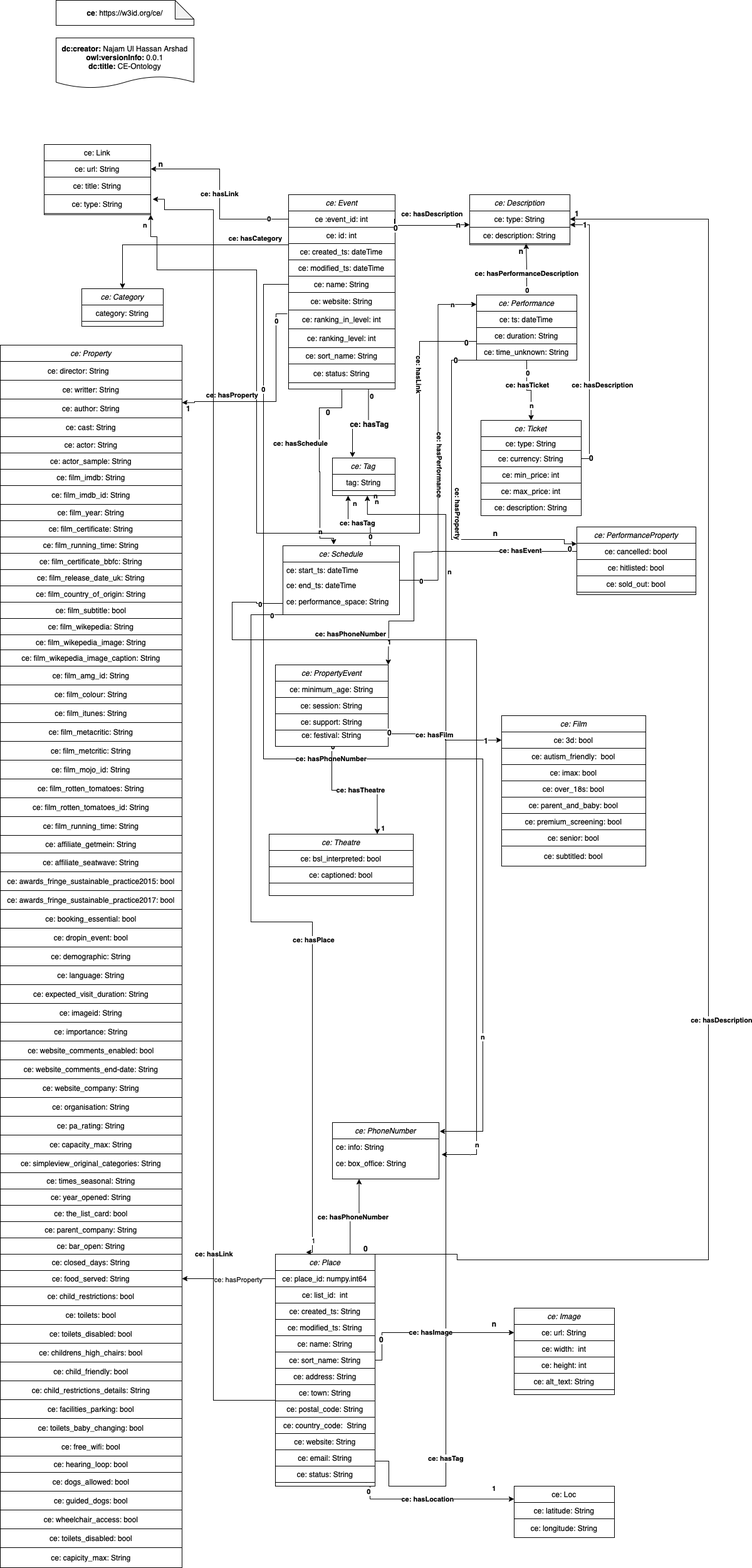
Above: dataModel.png in najmi050/CE-Ontology (draw.io), before the change. Source tidied: cells renumbered, new cells last; positions are measured from the earlier drawing's top-left corner, leaving out a move shared by most shapes.
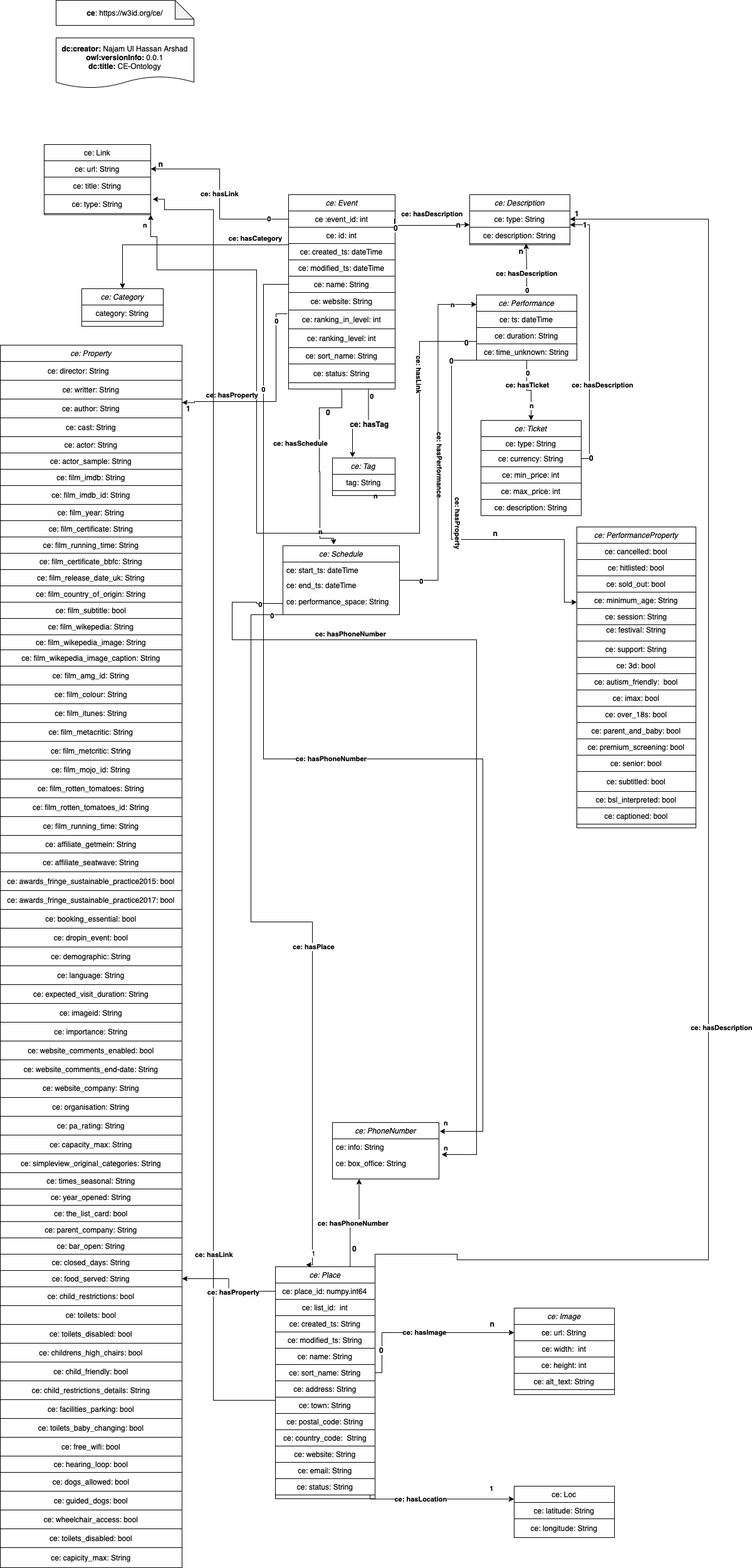
After the change.

Diff of the diagram source:
```diff
@@ -25,30 +25,2 @@
     </mxCell>
-    <mxCell id="6" value="&lt;b&gt;n&lt;br&gt;&lt;/b&gt;" style="edgeStyle=orthogonalEdgeStyle;rounded=0;jettySize=auto;html=1;exitX=1;exitY=0.5;exitDx=0;exitDy=0;entryX=0.75;entryY=1;entryDx=0;entryDy=0;" parent="1" edge="1" source="24">
-      <mxGeometry x="0.99" y="-15" relative="1" as="geometry">
-        <mxPoint x="585.8" y="790" as="targetPoint" />
-        <Array as="points">
-          <mxPoint x="598" y="2330" />
-          <mxPoint x="620" y="2330" />
-          <mxPoint x="620" y="2370" />
-          <mxPoint x="711" y="2370" />
-          <mxPoint x="711" y="820" />
-          <mxPoint x="586" y="820" />
-        </Array>
-      </mxGeometry>
-    </mxCell>
-    <mxCell id="7" value="0" style="edgeLabel;html=1;align=center;verticalAlign=middle;fontStyle=1;" parent="6" vertex="1">
-      <mxGeometry x="-0.92" y="3" relative="1" as="geometry">
-        <mxPoint x="-42" y="-7" as="offset" />
-      </mxGeometry>
-    </mxCell>
-    <mxCell id="8" value="&lt;b&gt;n&lt;/b&gt;" style="edgeLabel;html=1;align=center;verticalAlign=middle;" parent="6" vertex="1">
-      <mxGeometry x="0.75" relative="1" as="geometry">
-        <mxPoint x="5" y="18" as="offset" />
-      </mxGeometry>
-    </mxCell>
-    <mxCell id="9" value="&lt;b&gt;ce: hasTag&lt;/b&gt;" style="edgeLabel;html=1;align=center;verticalAlign=middle;" parent="6" vertex="1">
-      <mxGeometry x="-0.26" y="1" relative="1" as="geometry">
-        <mxPoint y="485" as="offset" />
-      </mxGeometry>
-    </mxCell>
     <mxCell id="10" style="edgeStyle=orthogonalEdgeStyle;rounded=0;jettySize=auto;html=1;exitX=0.75;exitY=0;exitDx=0;exitDy=0;entryX=0.25;entryY=1;entryDx=0;entryDy=0;" parent="1" edge="1" source="12" target="178">
@@ -60,3 +32,3 @@
     <mxCell id="12" value="ce: Place" style="swimlane;fontStyle=2;align=center;verticalAlign=top;horizontal=1;startSize=26;rounded=0;shadow=0;strokeWidth=1;" parent="1" vertex="1">
-      <mxGeometry x="439" y="2000" width="159" height="370" as="geometry" />
+      <mxGeometry x="439" y="2020" width="159" height="370" as="geometry" />
     </mxCell>
@@ -271,20 +243,2 @@
     </mxCell>
-    <mxCell id="69" style="edgeStyle=orthogonalEdgeStyle;rounded=0;jettySize=auto;html=1;exitX=0.75;exitY=0;exitDx=0;exitDy=0;entryX=0.25;entryY=1;entryDx=0;entryDy=0;" parent="1" edge="1" source="73" target="226">
-      <mxGeometry relative="1" as="geometry" />
-    </mxCell>
-    <mxCell id="70" value="&lt;b&gt;ce: hasTag&lt;/b&gt;" style="edgeLabel;html=1;align=center;verticalAlign=middle;" parent="69" vertex="1">
-      <mxGeometry x="0.06" y="2" relative="1" as="geometry">
-        <mxPoint y="1" as="offset" />
-      </mxGeometry>
-    </mxCell>
-    <mxCell id="71" value="&lt;b&gt;0&lt;/b&gt;" style="edgeLabel;html=1;align=center;verticalAlign=middle;" parent="69" vertex="1">
-      <mxGeometry x="-0.74" y="1" relative="1" as="geometry">
-        <mxPoint x="1" as="offset" />
-      </mxGeometry>
-    </mxCell>
-    <mxCell id="72" value="&lt;b&gt;n&lt;/b&gt;" style="edgeLabel;html=1;align=center;verticalAlign=middle;" parent="69" vertex="1">
-      <mxGeometry x="0.76" y="-1" relative="1" as="geometry">
-        <mxPoint x="9" y="-1" as="offset" />
-      </mxGeometry>
-    </mxCell>
     <mxCell id="73" value="ce: Schedule" style="swimlane;fontStyle=2;align=center;verticalAlign=top;horizontal=1;startSize=26;rounded=0;shadow=0;strokeWidth=1;" parent="1" vertex="1">
@@ -347,3 +301,3 @@
     </mxCell>
-    <mxCell id="86" value="&lt;b&gt;ce: hasPerformanceDescription&lt;/b&gt;" style="edgeStyle=orthogonalEdgeStyle;rounded=0;jettySize=auto;html=1;exitX=0.5;exitY=0;exitDx=0;exitDy=0;entryX=0.563;entryY=1;entryDx=0;entryDy=0;entryPerimeter=0;" parent="1" edge="1" source="92" target="60">
+    <mxCell id="86" value="&lt;b&gt;ce: hasDescription&lt;/b&gt;" style="edgeStyle=orthogonalEdgeStyle;rounded=0;jettySize=auto;html=1;exitX=0.5;exitY=0;exitDx=0;exitDy=0;entryX=0.563;entryY=1;entryDx=0;entryDy=0;entryPerimeter=0;" parent="1" edge="1" source="92" target="60">
       <mxGeometry x="-0.19" relative="1" as="geometry" />
@@ -675,3 +629,5 @@
     <mxCell id="186" value="n" style="edgeLabel;html=1;align=center;verticalAlign=middle;fontStyle=1;" parent="184" vertex="1">
-      <mxGeometry x="0.76" y="-1" relative="1" as="geometry" />
+      <mxGeometry x="0.76" y="-1" relative="1" as="geometry">
+        <mxPoint x="-59" y="137" as="offset" />
+      </mxGeometry>
     </mxCell>
@@ -712,111 +668,2 @@
     </mxCell>
-    <mxCell id="193" style="edgeStyle=orthogonalEdgeStyle;rounded=0;jettySize=auto;html=1;exitX=0;exitY=0.5;exitDx=0;exitDy=0;entryX=1;entryY=0;entryDx=0;entryDy=0;" parent="1" edge="1" source="229" target="201">
-      <mxGeometry relative="1" as="geometry">
-        <Array as="points">
-          <mxPoint x="689" y="879" />
-          <mxPoint x="689" y="880" />
-          <mxPoint x="660" y="880" />
-          <mxPoint x="660" y="990" />
-          <mxPoint x="620" y="990" />
-        </Array>
-      </mxGeometry>
-    </mxCell>
-    <mxCell id="194" value="&lt;b&gt;ce: hasEvent&lt;/b&gt;" style="edgeLabel;html=1;align=center;verticalAlign=middle;" parent="193" vertex="1">
-      <mxGeometry x="-0.72" y="-2" relative="1" as="geometry">
-        <mxPoint x="-25" as="offset" />
-      </mxGeometry>
-    </mxCell>
-    <mxCell id="195" value="0" style="edgeLabel;html=1;align=center;verticalAlign=middle;fontStyle=1;fontSize=12;fillColor=default;strokeColor=default;rounded=0;shadow=0;startSize=26;strokeWidth=1;" parent="193" vertex="1">
-      <mxGeometry x="-0.91" relative="1" as="geometry">
-        <mxPoint x="10" y="-5" as="offset" />
-      </mxGeometry>
-    </mxCell>
-    <mxCell id="196" value="1" style="edgeLabel;html=1;align=center;verticalAlign=middle;fontStyle=1;" parent="193" vertex="1">
-      <mxGeometry x="0.85" y="1" relative="1" as="geometry" />
-    </mxCell>
-    <mxCell id="197" style="edgeStyle=orthogonalEdgeStyle;rounded=0;jettySize=auto;html=1;exitX=0.5;exitY=1;exitDx=0;exitDy=0;entryX=0.75;entryY=0;entryDx=0;entryDy=0;" parent="1" edge="1" source="201" target="219">
-      <mxGeometry relative="1" as="geometry" />
-    </mxCell>
-    <mxCell id="198" value="&lt;b&gt;ce: hasTheatre&lt;/b&gt;" style="edgeLabel;html=1;align=center;verticalAlign=middle;" parent="197" vertex="1">
-      <mxGeometry x="0.08" y="1" relative="1" as="geometry" />
-    </mxCell>
-    <mxCell id="199" value="0" style="edgeLabel;html=1;align=center;verticalAlign=middle;fontStyle=1;" parent="197" vertex="1">
-      <mxGeometry x="-0.6" y="1" relative="1" as="geometry">
-        <mxPoint y="-43" as="offset" />
-      </mxGeometry>
-    </mxCell>
-    <mxCell id="200" value="1" style="edgeLabel;html=1;align=center;verticalAlign=middle;fontStyle=1;" parent="197" vertex="1">
-      <mxGeometry x="0.49" y="1" relative="1" as="geometry">
-        <mxPoint x="8" y="45" as="offset" />
-      </mxGeometry>
-    </mxCell>
-    <mxCell id="201" value="ce: PropertyEvent" style="swimlane;fontStyle=2;align=center;verticalAlign=top;horizontal=1;startSize=26;rounded=0;shadow=0;strokeWidth=1;" parent="1" vertex="1">
-      <mxGeometry x="439" y="1060" width="180" height="130" as="geometry" />
-    </mxCell>
-    <mxCell id="202" value="ce: minimum_age: String" style="text;align=center;verticalAlign=middle;spacingLeft=4;spacingRight=4;overflow=hidden;fillColor=default;strokeColor=default;rounded=0;shadow=0;startSize=26;strokeWidth=1;" parent="201" vertex="1">
-      <mxGeometry y="26" width="180" height="26" as="geometry" />
-    </mxCell>
-    <mxCell id="203" value="ce: session: String" style="text;align=center;verticalAlign=middle;spacingLeft=4;spacingRight=4;overflow=hidden;fillColor=default;strokeColor=default;rounded=0;shadow=0;startSize=26;strokeWidth=1;" parent="201" vertex="1">
-      <mxGeometry y="52" width="180" height="26" as="geometry" />
-    </mxCell>
-    <mxCell id="204" value="ce: support: String" style="text;align=center;verticalAlign=middle;spacingLeft=4;spacingRight=4;overflow=hidden;points=[[0,0.5],[1,0.5]];portConstraint=eastwest;rounded=0;shadow=0;html=0;fillColor=default;strokeColor=default;startSize=26;strokeWidth=1;" parent="201" vertex="1">
-      <mxGeometry y="78" width="180" height="26" as="geometry" />
-    </mxCell>
-    <mxCell id="205" value="ce: festival: String&#10;" style="text;align=center;verticalAlign=middle;spacingLeft=4;spacingRight=4;overflow=hidden;rounded=0;shadow=0;html=0;fillColor=default;strokeColor=default;startSize=26;strokeWidth=1;" parent="201" vertex="1">
-      <mxGeometry y="104" width="180" height="26" as="geometry" />
-    </mxCell>
-    <mxCell id="206" value="ce: Film" style="swimlane;fontStyle=2;align=center;verticalAlign=top;horizontal=1;startSize=26;rounded=0;shadow=0;strokeWidth=1;" parent="1" vertex="1">
-      <mxGeometry x="800" y="1141" width="230" height="240" as="geometry" />
-    </mxCell>
-    <mxCell id="207" value="ce: 3d: bool" style="text;align=center;verticalAlign=middle;spacingLeft=4;spacingRight=4;overflow=hidden;points=[[0,0.5],[1,0.5]];portConstraint=eastwest;fillColor=default;strokeColor=default;rounded=0;shadow=0;startSize=26;strokeWidth=1;" parent="206" vertex="1">
-      <mxGeometry y="26" width="230" height="26" as="geometry" />
-    </mxCell>
-    <mxCell id="208" value="ce: autism_friendly:  bool" style="text;align=center;verticalAlign=middle;spacingLeft=4;spacingRight=4;overflow=hidden;fillColor=default;strokeColor=default;rounded=0;shadow=0;startSize=26;strokeWidth=1;" parent="206" vertex="1">
-      <mxGeometry y="52" width="230" height="26" as="geometry" />
-    </mxCell>
-    <mxCell id="209" value="ce: imax: bool" style="text;align=center;verticalAlign=middle;spacingLeft=4;spacingRight=4;overflow=hidden;fillColor=default;strokeColor=default;rounded=0;shadow=0;startSize=26;strokeWidth=1;" parent="206" vertex="1">
-      <mxGeometry y="78" width="230" height="26" as="geometry" />
-    </mxCell>
-    <mxCell id="210" value="ce: over_18s: bool" style="text;align=center;verticalAlign=middle;spacingLeft=4;spacingRight=4;overflow=hidden;fillColor=default;strokeColor=default;rounded=0;shadow=0;startSize=26;strokeWidth=1;" parent="206" vertex="1">
-      <mxGeometry y="104" width="230" height="26" as="geometry" />
-    </mxCell>
-    <mxCell id="211" value="ce: parent_and_baby: bool" style="text;align=center;verticalAlign=middle;spacingLeft=4;spacingRight=4;overflow=hidden;fillColor=default;strokeColor=default;rounded=0;shadow=0;startSize=26;strokeWidth=1;" parent="206" vertex="1">
-      <mxGeometry y="130" width="230" height="26" as="geometry" />
-    </mxCell>
-    <mxCell id="212" value="ce: premium_screening: bool" style="text;align=center;verticalAlign=middle;spacingLeft=4;spacingRight=4;overflow=hidden;fillColor=default;strokeColor=default;rounded=0;shadow=0;startSize=26;strokeWidth=1;" parent="206" vertex="1">
-      <mxGeometry y="156" width="230" height="26" as="geometry" />
-    </mxCell>
-    <mxCell id="213" value="ce: senior: bool" style="text;align=center;verticalAlign=middle;spacingLeft=4;spacingRight=4;overflow=hidden;fillColor=default;strokeColor=default;rounded=0;shadow=0;startSize=26;strokeWidth=1;" parent="206" vertex="1">
-      <mxGeometry y="182" width="230" height="26" as="geometry" />
-    </mxCell>
-    <mxCell id="214" value="ce: subtitled: bool" style="text;align=center;verticalAlign=middle;spacingLeft=4;spacingRight=4;overflow=hidden;fillColor=default;strokeColor=default;rounded=0;shadow=0;startSize=26;strokeWidth=1;" parent="206" vertex="1">
-      <mxGeometry y="208" width="230" height="32" as="geometry" />
-    </mxCell>
-    <mxCell id="215" style="edgeStyle=orthogonalEdgeStyle;rounded=0;jettySize=auto;html=1;exitX=1;exitY=0.5;exitDx=0;exitDy=0;entryX=0;entryY=0.5;entryDx=0;entryDy=0;" parent="1" edge="1" source="204" target="207">
-      <mxGeometry relative="1" as="geometry">
-        <Array as="points">
-          <mxPoint x="619" y="1170" />
-          <mxPoint x="710" y="1170" />
-          <mxPoint x="710" y="1180" />
-        </Array>
-      </mxGeometry>
-    </mxCell>
-    <mxCell id="216" value="&lt;b&gt;ce: hasFilm&lt;/b&gt;" style="edgeLabel;html=1;align=center;verticalAlign=middle;" parent="215" vertex="1">
-      <mxGeometry x="-0.12" y="-1" relative="1" as="geometry" />
-    </mxCell>
-    <mxCell id="217" value="0" style="edgeLabel;html=1;align=center;verticalAlign=middle;fontStyle=1;fontSize=12;fillColor=default;strokeColor=default;rounded=0;shadow=0;startSize=26;strokeWidth=1;" parent="215" vertex="1">
-      <mxGeometry x="-0.84" y="1" relative="1" as="geometry" />
-    </mxCell>
-    <mxCell id="218" value="1" style="edgeLabel;html=1;align=center;verticalAlign=middle;fontStyle=1;fontSize=12;fillColor=default;strokeColor=default;rounded=0;shadow=0;startSize=26;strokeWidth=1;" parent="215" vertex="1">
-      <mxGeometry x="0.75" relative="1" as="geometry" />
-    </mxCell>
-    <mxCell id="219" value="ce: Theatre" style="swimlane;fontStyle=2;align=center;verticalAlign=top;horizontal=1;startSize=26;rounded=0;shadow=0;strokeWidth=1;" parent="1" vertex="1">
-      <mxGeometry x="429" y="1330" width="230" height="98" as="geometry" />
-    </mxCell>
-    <mxCell id="220" value="ce: bsl_interpreted: bool" style="text;align=center;verticalAlign=middle;spacingLeft=4;spacingRight=4;overflow=hidden;fillColor=default;strokeColor=default;rounded=0;shadow=0;startSize=26;strokeWidth=1;" parent="219" vertex="1">
-      <mxGeometry y="26" width="230" height="26" as="geometry" />
-    </mxCell>
-    <mxCell id="221" value="ce: captioned: bool" style="text;align=center;verticalAlign=middle;spacingLeft=4;spacingRight=4;overflow=hidden;fillColor=default;strokeColor=default;rounded=0;shadow=0;startSize=26;strokeWidth=1;" parent="219" vertex="1">
-      <mxGeometry y="52" width="230" height="26" as="geometry" />
-    </mxCell>
     <mxCell id="222" style="edgeStyle=orthogonalEdgeStyle;rounded=0;jettySize=auto;html=1;entryX=1.024;entryY=-0.038;entryDx=0;entryDy=0;entryPerimeter=0;exitX=0;exitY=0.5;exitDx=0;exitDy=0;" parent="1" edge="1" source="76" target="180">
@@ -842,3 +689,5 @@
     <mxCell id="225" value="n" style="edgeLabel;html=1;align=center;verticalAlign=middle;fontStyle=1;" parent="222" vertex="1">
-      <mxGeometry x="0.9" relative="1" as="geometry" />
+      <mxGeometry x="0.9" relative="1" as="geometry">
+        <mxPoint x="-50" y="5" as="offset" />
+      </mxGeometry>
     </mxCell>
@@ -851,3 +700,3 @@
     <mxCell id="228" value="ce: PerformanceProperty" style="swimlane;fontStyle=2;align=center;verticalAlign=top;horizontal=1;startSize=26;rounded=0;shadow=0;strokeWidth=1;" parent="1" vertex="1">
-      <mxGeometry x="920" y="840" width="190" height="108" as="geometry" />
+      <mxGeometry x="920" y="840" width="190" height="480" as="geometry" />
     </mxCell>
@@ -862,2 +711,44 @@
     </mxCell>
+    <mxCell id="202" value="ce: minimum_age: String" style="text;align=center;verticalAlign=middle;spacingLeft=4;spacingRight=4;overflow=hidden;fillColor=default;strokeColor=default;rounded=0;shadow=0;startSize=26;strokeWidth=1;" parent="228" vertex="1">
+      <mxGeometry y="104" width="190" height="26" as="geometry" />
+    </mxCell>
+    <mxCell id="203" value="ce: session: String" style="text;align=center;verticalAlign=middle;spacingLeft=4;spacingRight=4;overflow=hidden;fillColor=default;strokeColor=default;rounded=0;shadow=0;startSize=26;strokeWidth=1;" parent="228" vertex="1">
+      <mxGeometry y="130" width="190" height="26" as="geometry" />
+    </mxCell>
+    <mxCell id="205" value="ce: festival: String&#10;" style="text;align=center;verticalAlign=middle;spacingLeft=4;spacingRight=4;overflow=hidden;rounded=0;shadow=0;html=0;fillColor=default;strokeColor=default;startSize=26;strokeWidth=1;" parent="228" vertex="1">
+      <mxGeometry y="156" width="190" height="26" as="geometry" />
+    </mxCell>
+    <mxCell id="204" value="ce: support: String" style="text;align=center;verticalAlign=middle;spacingLeft=4;spacingRight=4;overflow=hidden;points=[[0,0.5],[1,0.5]];portConstraint=eastwest;rounded=0;shadow=0;html=0;fillColor=default;strokeColor=default;startSize=26;strokeWidth=1;" parent="228" vertex="1">
+      <mxGeometry y="182" width="190" height="26" as="geometry" />
+    </mxCell>
+    <mxCell id="207" value="ce: 3d: bool" style="text;align=center;verticalAlign=middle;spacingLeft=4;spacingRight=4;overflow=hidden;points=[[0,0.5],[1,0.5]];portConstraint=eastwest;fillColor=default;strokeColor=default;rounded=0;shadow=0;startSize=26;strokeWidth=1;" parent="228" vertex="1">
+      <mxGeometry y="208" width="190" height="26" as="geometry" />
+    </mxCell>
+    <mxCell id="208" value="ce: autism_friendly:  bool" style="text;align=center;verticalAlign=middle;spacingLeft=4;spacingRight=4;overflow=hidden;fillColor=default;strokeColor=default;rounded=0;shadow=0;startSize=26;strokeWidth=1;" parent="228" vertex="1">
+      <mxGeometry y="234" width="190" height="26" as="geometry" />
+    </mxCell>
+    <mxCell id="209" value="ce: imax: bool" style="text;align=center;verticalAlign=middle;spacingLeft=4;spacingRight=4;overflow=hidden;fillColor=default;strokeColor=default;rounded=0;shadow=0;startSize=26;strokeWidth=1;" parent="228" vertex="1">
+      <mxGeometry y="260" width="190" height="26" as="geometry" />
+    </mxCell>
+    <mxCell id="210" value="ce: over_18s: bool" style="text;align=center;verticalAlign=middle;spacingLeft=4;spacingRight=4;overflow=hidden;fillColor=default;strokeColor=default;rounded=0;shadow=0;startSize=26;strokeWidth=1;" parent="228" vertex="1">
+      <mxGeometry y="286" width="190" height="26" as="geometry" />
+    </mxCell>
+    <mxCell id="211" value="ce: parent_and_baby: bool" style="text;align=center;verticalAlign=middle;spacingLeft=4;spacingRight=4;overflow=hidden;fillColor=default;strokeColor=default;rounded=0;shadow=0;startSize=26;strokeWidth=1;" parent="228" vertex="1">
+      <mxGeometry y="312" width="190" height="26" as="geometry" />
+    </mxCell>
+    <mxCell id="212" value="ce: premium_screening: bool" style="text;align=center;verticalAlign=middle;spacingLeft=4;spacingRight=4;overflow=hidden;fillColor=default;strokeColor=default;rounded=0;shadow=0;startSize=26;strokeWidth=1;" parent="228" vertex="1">
+      <mxGeometry y="338" width="190" height="26" as="geometry" />
+    </mxCell>
+    <mxCell id="213" value="ce: senior: bool" style="text;align=center;verticalAlign=middle;spacingLeft=4;spacingRight=4;overflow=hidden;fillColor=default;strokeColor=default;rounded=0;shadow=0;startSize=26;strokeWidth=1;" parent="228" vertex="1">
+      <mxGeometry y="364" width="190" height="26" as="geometry" />
+    </mxCell>
+    <mxCell id="214" value="ce: subtitled: bool" style="text;align=center;verticalAlign=middle;spacingLeft=4;spacingRight=4;overflow=hidden;fillColor=default;strokeColor=default;rounded=0;shadow=0;startSize=26;strokeWidth=1;" parent="228" vertex="1">
+      <mxGeometry y="390" width="190" height="32" as="geometry" />
+    </mxCell>
+    <mxCell id="220" value="ce: bsl_interpreted: bool" style="text;align=center;verticalAlign=middle;spacingLeft=4;spacingRight=4;overflow=hidden;fillColor=default;strokeColor=default;rounded=0;shadow=0;startSize=26;strokeWidth=1;" parent="228" vertex="1">
+      <mxGeometry y="422" width="190" height="26" as="geometry" />
+    </mxCell>
+    <mxCell id="221" value="ce: captioned: bool" style="text;align=center;verticalAlign=middle;spacingLeft=4;spacingRight=4;overflow=hidden;fillColor=default;strokeColor=default;rounded=0;shadow=0;startSize=26;strokeWidth=1;" parent="228" vertex="1">
+      <mxGeometry y="448" width="190" height="26" as="geometry" />
+    </mxCell>
     <mxCell id="232" value="&lt;div&gt;&lt;div style=&quot;&quot;&gt;&lt;b&gt;ce&lt;/b&gt;: https://w3id.org/ce/&lt;/div&gt;&lt;/div&gt;" style="shape=note;whiteSpace=wrap;html=1;backgroundOutline=1;darkOpacity=0.05;align=center;" parent="1" vertex="1">
@@ -891,3 +782,3 @@
     </mxCell>
-    <mxCell id="239" value="ce: hasProperty" style="edgeLabel;html=1;align=center;verticalAlign=middle;" parent="238" vertex="1">
+    <mxCell id="239" value="&lt;b&gt;ce: hasProperty&lt;/b&gt;" style="edgeLabel;html=1;align=center;verticalAlign=middle;" parent="238" vertex="1">
       <mxGeometry x="-0.19" y="1" relative="1" as="geometry" />
```
